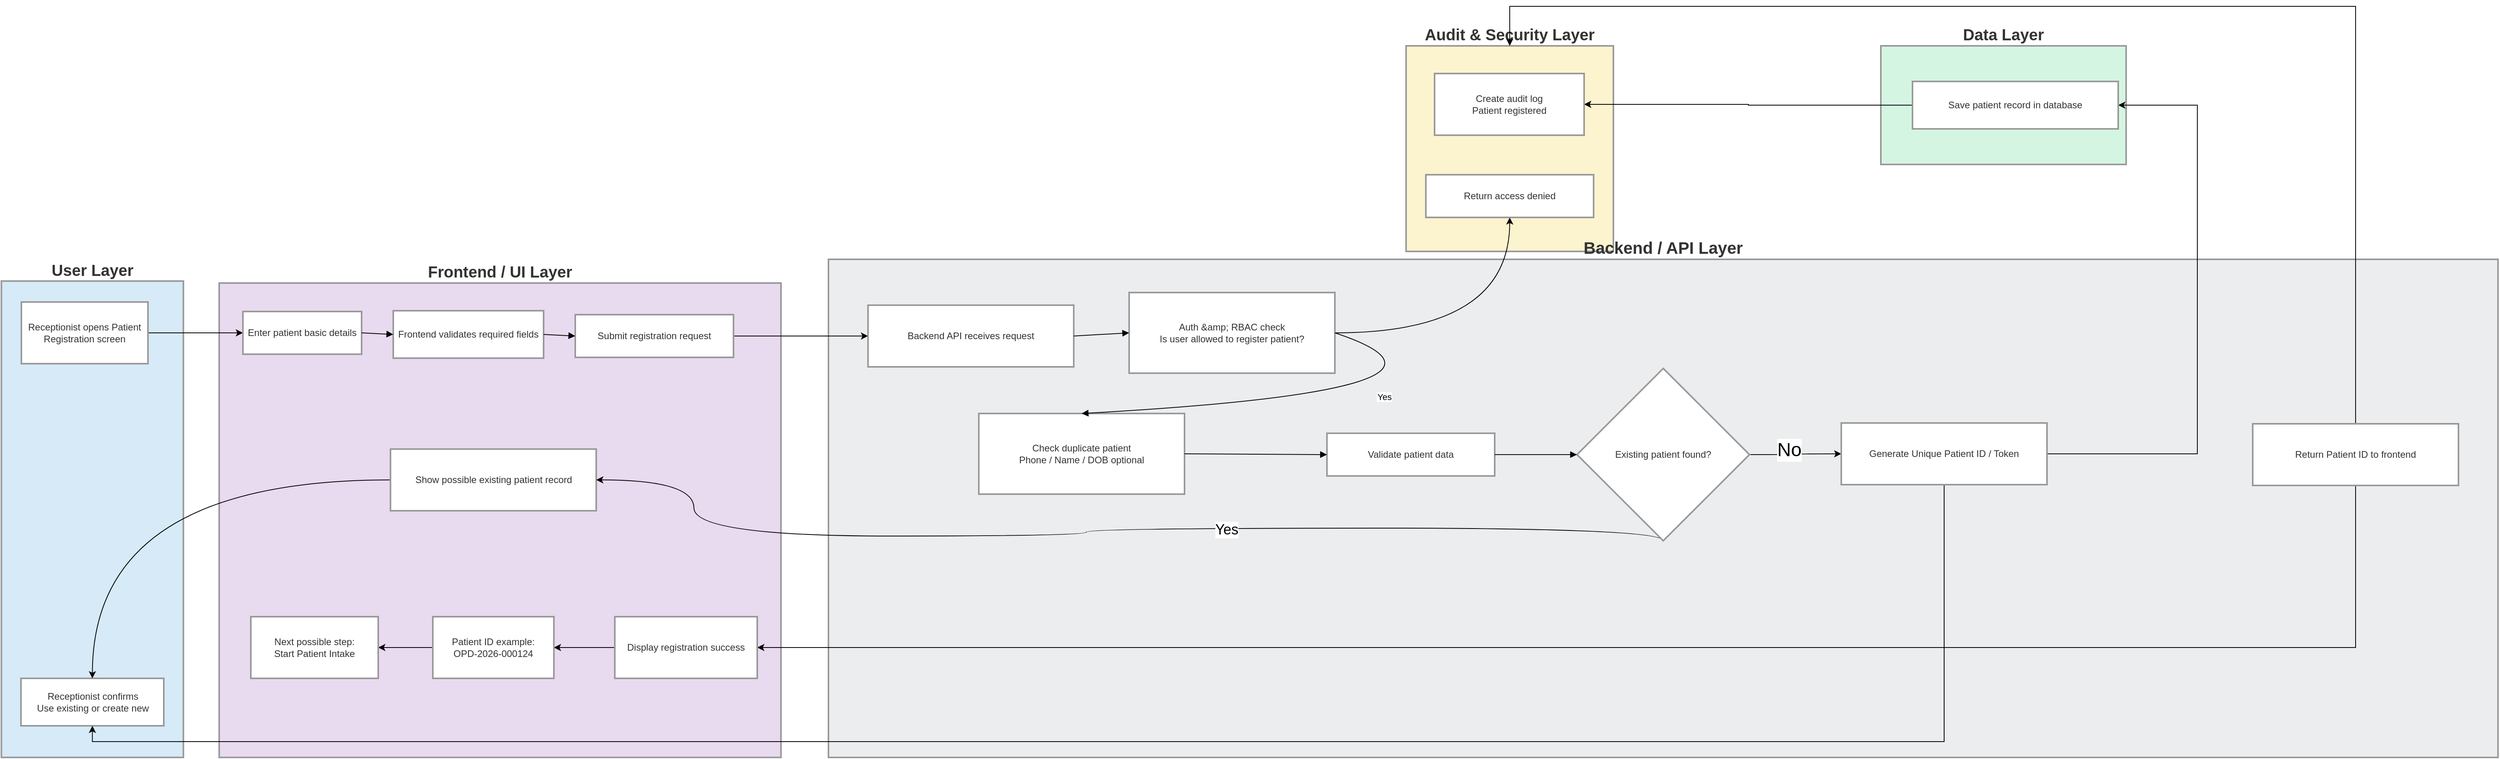
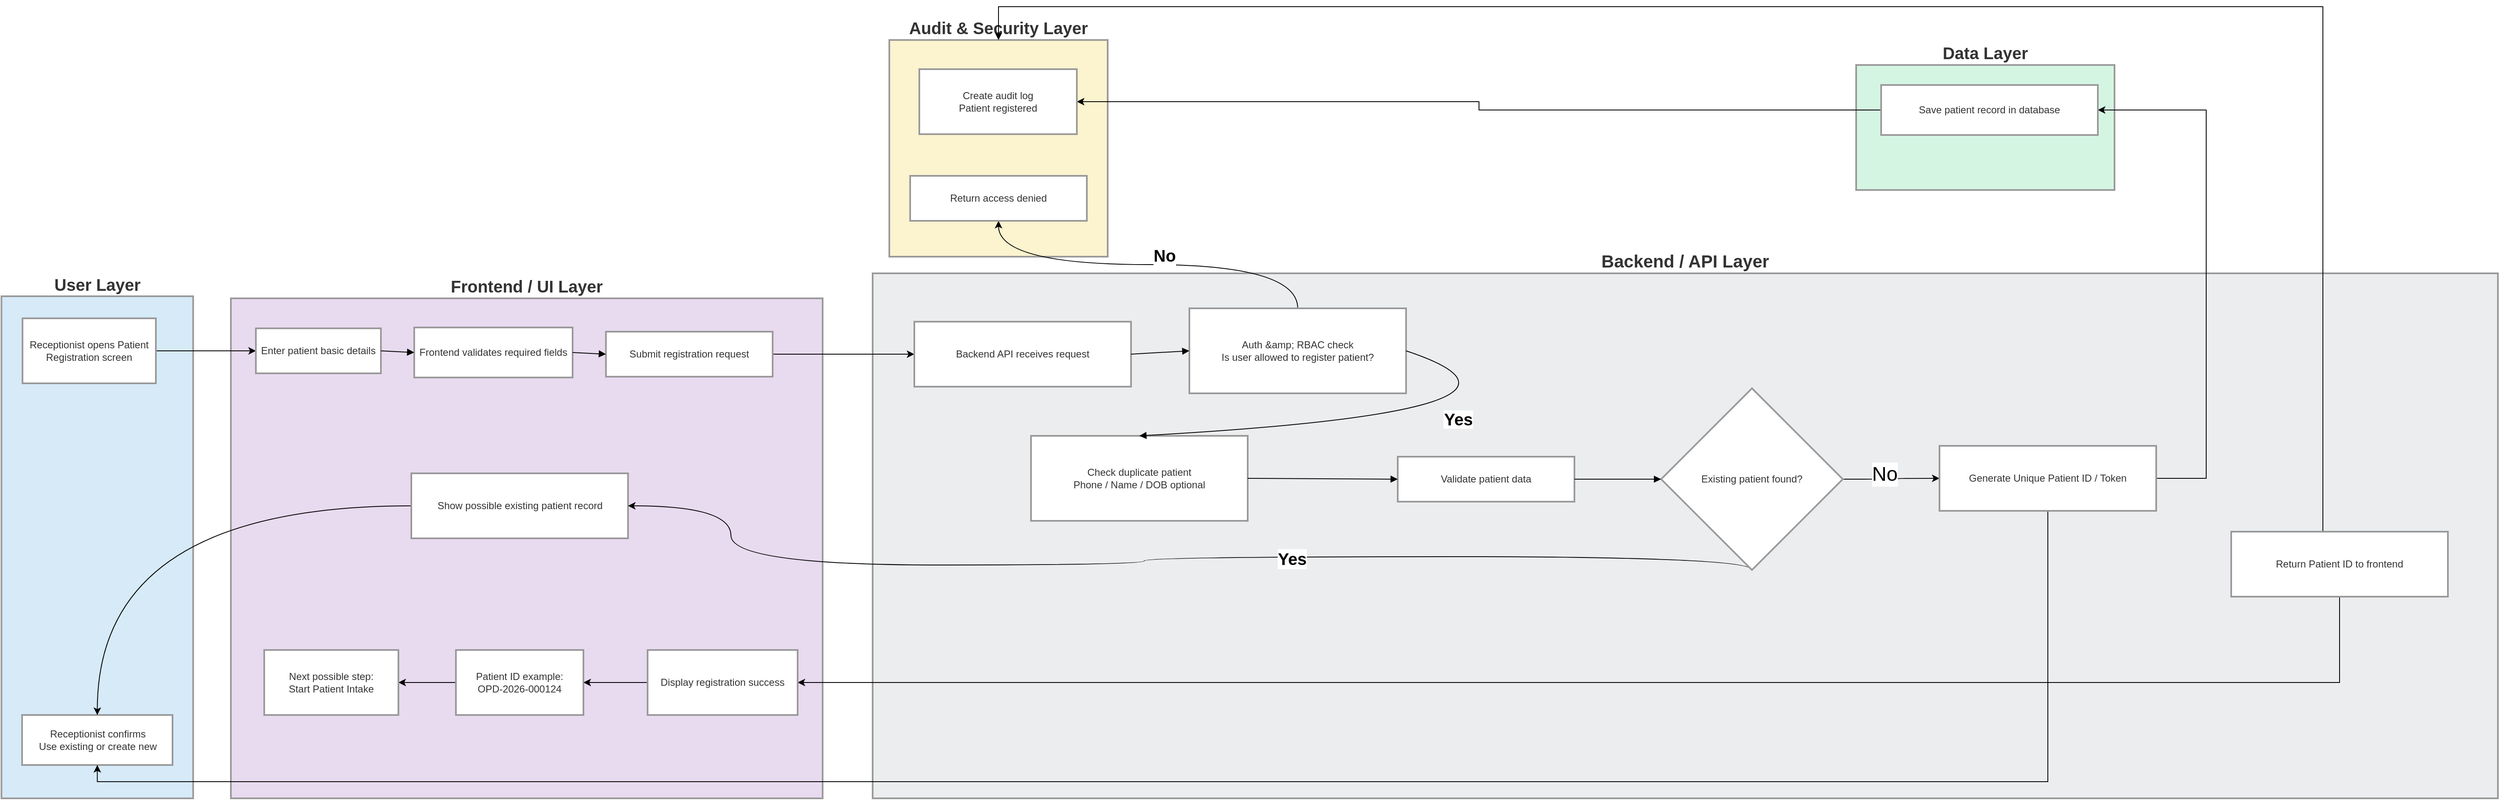
<mxfile host="app.diagrams.net">
  <diagram name="1. Patient Registration + Unique Patient ID" id="neoiUy-UIyP0PpsUg-ZB">
-     <mxGraphModel dx="3064" dy="1816" grid="1" gridSize="10" guides="1" tooltips="1" connect="1" arrows="1" fold="1" page="1" pageScale="1" pageWidth="850" pageHeight="1100" math="0" shadow="0">
+     <mxGraphModel dx="4020" dy="1816" grid="1" gridSize="10" guides="1" tooltips="1" connect="1" arrows="1" fold="1" page="1" pageScale="1" pageWidth="850" pageHeight="1100" math="0" shadow="0">
      <root>
        <mxCell id="0" />
        <mxCell id="1" parent="0" />
        <mxCell id="zyCkvp891rHUshAORKC4-1" parent="1" style="whiteSpace=wrap;strokeWidth=2;fillColor=light-dark(#FCF3CF,#1F2020);strokeColor=light-dark(#999999,#cccccc);fontColor=light-dark(#333333,#cccccc);fontSize=20;fontStyle=1;labelPosition=center;verticalLabelPosition=top;align=center;verticalAlign=bottom;" value="Audit &amp; Security Layer" vertex="1">
-           <mxGeometry height="260" width="262" x="1800" y="60" as="geometry" />
+           <mxGeometry height="260" width="262" x="1090" y="50" as="geometry" />
        </mxCell>
        <mxCell id="zyCkvp891rHUshAORKC4-2" parent="1" style="whiteSpace=wrap;strokeWidth=2;fillColor=light-dark(#D5F5E3,#1F2020);strokeColor=light-dark(#999999,#cccccc);fontColor=light-dark(#333333,#cccccc);fontSize=20;fontStyle=1;labelPosition=center;verticalLabelPosition=top;align=center;verticalAlign=bottom;" value="Data Layer" vertex="1">
-           <mxGeometry height="150" width="310" x="2400" y="60" as="geometry" />
+           <mxGeometry height="150" width="310" x="2250" y="80" as="geometry" />
        </mxCell>
        <mxCell id="zyCkvp891rHUshAORKC4-3" parent="1" style="whiteSpace=wrap;strokeWidth=2;fillColor=light-dark(#EBEDEF,#1F2020);strokeColor=light-dark(#999999,#cccccc);fontColor=light-dark(#333333,#cccccc);imageVerticalAlign=top;labelPosition=center;verticalLabelPosition=top;align=center;verticalAlign=bottom;fontStyle=1;fontSize=21;" value="Backend / API Layer" vertex="1">
-           <mxGeometry height="630" width="2110" x="1070" y="330" as="geometry" />
+           <mxGeometry height="630" width="1950" x="1070" y="330" as="geometry" />
        </mxCell>
        <mxCell id="zyCkvp891rHUshAORKC4-4" parent="1" style="whiteSpace=wrap;strokeWidth=2;fillColor=light-dark(#E8DAEF,#1F2020);strokeColor=light-dark(#999999,#cccccc);fontColor=light-dark(#333333,#cccccc);labelPosition=center;verticalLabelPosition=top;align=center;verticalAlign=bottom;fontSize=20;fontStyle=1" value="Frontend / UI Layer" vertex="1">
          <mxGeometry height="600" width="710" x="300" y="360" as="geometry" />
        </mxCell>
        <mxCell id="zyCkvp891rHUshAORKC4-5" parent="1" style="whiteSpace=wrap;strokeWidth=2;fillColor=light-dark(#D6EAF8,#1F2020);strokeColor=light-dark(#999999,#cccccc);fontColor=light-dark(#333333,#cccccc);fontSize=20;fontStyle=1;labelPosition=center;verticalLabelPosition=top;align=center;verticalAlign=bottom;" value="User Layer" vertex="1">
          <mxGeometry height="602.5" width="230" x="24.75" y="357.5" as="geometry" />
        </mxCell>
        <mxCell id="zyCkvp891rHUshAORKC4-46" edge="1" parent="1" source="zyCkvp891rHUshAORKC4-6" style="edgeStyle=orthogonalEdgeStyle;rounded=0;orthogonalLoop=1;jettySize=auto;html=1;exitX=1;exitY=0.5;exitDx=0;exitDy=0;" target="zyCkvp891rHUshAORKC4-8">
          <mxGeometry relative="1" as="geometry" />
        </mxCell>
        <mxCell id="zyCkvp891rHUshAORKC4-6" parent="1" style="whiteSpace=wrap;strokeWidth=2;fillColor=light-dark(#FFFFFF,#1F2020);strokeColor=light-dark(#999999,#cccccc);fontColor=light-dark(#333333,#cccccc);" value="Receptionist opens Patient Registration screen" vertex="1">
          <mxGeometry height="78" width="160" x="50" y="384" as="geometry" />
        </mxCell>
        <mxCell id="zyCkvp891rHUshAORKC4-7" parent="1" style="whiteSpace=wrap;strokeWidth=2;fillColor=light-dark(#FFFFFF,#1F2020);strokeColor=light-dark(#999999,#cccccc);fontColor=light-dark(#333333,#cccccc);" value="Receptionist confirms&#xa;Use existing or create new" vertex="1">
          <mxGeometry height="60" width="180.5" x="49.5" y="860" as="geometry" />
        </mxCell>
        <mxCell id="zyCkvp891rHUshAORKC4-8" parent="1" style="whiteSpace=wrap;strokeWidth=2;fillColor=light-dark(#FFFFFF,#1F2020);strokeColor=light-dark(#999999,#cccccc);fontColor=light-dark(#333333,#cccccc);" value="Enter patient basic details" vertex="1">
          <mxGeometry height="54" width="150" x="330" y="396" as="geometry" />
        </mxCell>
        <mxCell id="zyCkvp891rHUshAORKC4-9" parent="1" style="whiteSpace=wrap;strokeWidth=2;fillColor=light-dark(#FFFFFF,#1F2020);strokeColor=light-dark(#999999,#cccccc);fontColor=light-dark(#333333,#cccccc);" value="Frontend validates required fields" vertex="1">
          <mxGeometry height="60" width="190" x="520" y="395" as="geometry" />
        </mxCell>
        <mxCell id="zyCkvp891rHUshAORKC4-48" edge="1" parent="1" source="zyCkvp891rHUshAORKC4-10" style="edgeStyle=orthogonalEdgeStyle;rounded=0;orthogonalLoop=1;jettySize=auto;html=1;" target="zyCkvp891rHUshAORKC4-15">
          <mxGeometry relative="1" as="geometry" />
        </mxCell>
        <mxCell id="zyCkvp891rHUshAORKC4-10" parent="1" style="whiteSpace=wrap;strokeWidth=2;fillColor=light-dark(#FFFFFF,#1F2020);strokeColor=light-dark(#999999,#cccccc);fontColor=light-dark(#333333,#cccccc);" value="Submit registration request" vertex="1">
          <mxGeometry height="54" width="200" x="750" y="400" as="geometry" />
        </mxCell>
        <mxCell id="zyCkvp891rHUshAORKC4-49" edge="1" parent="1" source="zyCkvp891rHUshAORKC4-11" style="edgeStyle=orthogonalEdgeStyle;rounded=0;orthogonalLoop=1;jettySize=auto;html=1;entryX=0.5;entryY=0;entryDx=0;entryDy=0;curved=1;" target="zyCkvp891rHUshAORKC4-7">
          <mxGeometry relative="1" as="geometry" />
        </mxCell>
        <mxCell id="zyCkvp891rHUshAORKC4-11" parent="1" style="whiteSpace=wrap;strokeWidth=2;fillColor=light-dark(#FFFFFF,#1F2020);strokeColor=light-dark(#999999,#cccccc);fontColor=light-dark(#333333,#cccccc);" value="Show possible existing patient record" vertex="1">
          <mxGeometry height="78" width="260" x="516.5" y="570" as="geometry" />
        </mxCell>
        <mxCell id="zyCkvp891rHUshAORKC4-15" parent="1" style="whiteSpace=wrap;strokeWidth=2;fillColor=light-dark(#FFFFFF,#1F2020);strokeColor=light-dark(#999999,#cccccc);fontColor=light-dark(#333333,#cccccc);" value="Backend API receives request" vertex="1">
          <mxGeometry height="78" width="260" x="1120" y="388" as="geometry" />
        </mxCell>
-         <mxCell id="zyCkvp891rHUshAORKC4-53" edge="1" parent="1" source="zyCkvp891rHUshAORKC4-16" style="edgeStyle=orthogonalEdgeStyle;rounded=0;orthogonalLoop=1;jettySize=auto;html=1;entryX=0.5;entryY=1;entryDx=0;entryDy=0;curved=1;" target="zyCkvp891rHUshAORKC4-23">
-           <mxGeometry relative="1" as="geometry" />
+         <mxCell id="zyCkvp891rHUshAORKC4-53" edge="1" parent="1" source="zyCkvp891rHUshAORKC4-16" style="edgeStyle=orthogonalEdgeStyle;rounded=0;orthogonalLoop=1;jettySize=auto;html=1;entryX=0.5;entryY=1;entryDx=0;entryDy=0;curved=1;exitX=0.5;exitY=0;exitDx=0;exitDy=0;" target="zyCkvp891rHUshAORKC4-23">
+           <mxGeometry relative="1" as="geometry" />
+         </mxCell>
+         <mxCell id="zyCkvp891rHUshAORKC4-76" connectable="0" parent="zyCkvp891rHUshAORKC4-53" style="edgeLabel;html=1;align=center;verticalAlign=middle;resizable=0;points=[];" value="NO" vertex="1">
+           <mxGeometry relative="1" x="-0.0668" y="-4" as="geometry">
+             <mxPoint as="offset" />
+           </mxGeometry>
+         </mxCell>
+         <mxCell id="zyCkvp891rHUshAORKC4-77" connectable="0" parent="zyCkvp891rHUshAORKC4-53" style="edgeLabel;html=1;align=center;verticalAlign=middle;resizable=0;points=[];" value="&lt;font style=&quot;font-size: 20px;&quot;&gt;&lt;b&gt;No&lt;/b&gt;&lt;/font&gt;" vertex="1">
+           <mxGeometry relative="1" x="-0.0841" y="-12" as="geometry">
+             <mxPoint as="offset" />
+           </mxGeometry>
        </mxCell>
        <mxCell id="zyCkvp891rHUshAORKC4-16" parent="1" style="whiteSpace=wrap;strokeWidth=2;fillColor=light-dark(#FFFFFF,#1F2020);strokeColor=light-dark(#999999,#cccccc);fontColor=light-dark(#333333,#cccccc);" value="Auth &amp;amp; RBAC check&#xa;Is user allowed to register patient?" vertex="1">
          <mxGeometry height="102" width="260" x="1450" y="372" as="geometry" />
        </mxCell>
        <mxCell id="zyCkvp891rHUshAORKC4-17" parent="1" style="whiteSpace=wrap;strokeWidth=2;fillColor=light-dark(#FFFFFF,#1F2020);strokeColor=light-dark(#999999,#cccccc);fontColor=light-dark(#333333,#cccccc);" value="Check duplicate patient&#xa;Phone / Name / DOB optional" vertex="1">
          <mxGeometry height="102" width="260" x="1260" y="525" as="geometry" />
        </mxCell>
        <mxCell id="zyCkvp891rHUshAORKC4-18" parent="1" style="whiteSpace=wrap;strokeWidth=2;fillColor=light-dark(#FFFFFF,#1F2020);strokeColor=light-dark(#999999,#cccccc);fontColor=light-dark(#333333,#cccccc);" value="Validate patient data" vertex="1">
          <mxGeometry height="54" width="212" x="1700" y="550" as="geometry" />
        </mxCell>
        <mxCell id="zyCkvp891rHUshAORKC4-58" edge="1" parent="1" source="zyCkvp891rHUshAORKC4-19" style="edgeStyle=orthogonalEdgeStyle;rounded=0;orthogonalLoop=1;jettySize=auto;html=1;curved=1;exitX=0.5;exitY=1;exitDx=0;exitDy=0;" target="zyCkvp891rHUshAORKC4-11">
          <mxGeometry relative="1" as="geometry">
            <Array as="points">
              <mxPoint x="2125" y="670" />
              <mxPoint x="1396" y="670" />
              <mxPoint x="1396" y="680" />
              <mxPoint x="900" y="680" />
              <mxPoint x="900" y="609" />
            </Array>
          </mxGeometry>
        </mxCell>
-         <mxCell id="zyCkvp891rHUshAORKC4-59" connectable="0" parent="zyCkvp891rHUshAORKC4-58" style="edgeLabel;html=1;align=center;verticalAlign=middle;resizable=0;points=[];" value="&lt;font style=&quot;font-size: 18px;&quot;&gt;Yes&lt;/font&gt;" vertex="1">
+         <mxCell id="zyCkvp891rHUshAORKC4-59" connectable="0" parent="zyCkvp891rHUshAORKC4-58" style="edgeLabel;html=1;align=center;verticalAlign=middle;resizable=0;points=[];fontSize=20;fontStyle=1" value="&lt;font&gt;Yes&lt;/font&gt;" vertex="1">
          <mxGeometry relative="1" x="-0.2133" y="2" as="geometry">
            <mxPoint as="offset" />
          </mxGeometry>
        </mxCell>
        <mxCell id="zyCkvp891rHUshAORKC4-62" edge="1" parent="1" source="zyCkvp891rHUshAORKC4-19" style="edgeStyle=orthogonalEdgeStyle;rounded=0;orthogonalLoop=1;jettySize=auto;html=1;entryX=0;entryY=0.5;entryDx=0;entryDy=0;exitX=1;exitY=0.5;exitDx=0;exitDy=0;curved=1;" target="zyCkvp891rHUshAORKC4-20">
          <mxGeometry relative="1" as="geometry" />
        </mxCell>
        <mxCell id="zyCkvp891rHUshAORKC4-63" connectable="0" parent="zyCkvp891rHUshAORKC4-62" style="edgeLabel;html=1;align=center;verticalAlign=middle;resizable=0;points=[];" value="&lt;font style=&quot;font-size: 24px;&quot;&gt;No&lt;/font&gt;" vertex="1">
          <mxGeometry relative="1" x="-0.124" y="6" as="geometry">
            <mxPoint x="-1" as="offset" />
          </mxGeometry>
        </mxCell>
        <mxCell id="zyCkvp891rHUshAORKC4-19" parent="1" style="rhombus;strokeWidth=2;whiteSpace=wrap;fillColor=light-dark(#FFFFFF,#1F2020);strokeColor=light-dark(#999999,#cccccc);fontColor=light-dark(#333333,#cccccc);" value="Existing patient found?" vertex="1">
          <mxGeometry height="218" width="218" x="2016" y="468" as="geometry" />
        </mxCell>
        <mxCell id="zyCkvp891rHUshAORKC4-66" edge="1" parent="1" source="zyCkvp891rHUshAORKC4-20" style="edgeStyle=elbowEdgeStyle;rounded=0;orthogonalLoop=1;jettySize=auto;html=1;entryX=1;entryY=0.5;entryDx=0;entryDy=0;exitX=1;exitY=0.5;exitDx=0;exitDy=0;" target="zyCkvp891rHUshAORKC4-22">
          <mxGeometry relative="1" as="geometry">
            <Array as="points">
-               <mxPoint x="2800" y="410" />
+               <mxPoint x="2670" y="350" />
            </Array>
          </mxGeometry>
        </mxCell>
        <mxCell id="zyCkvp891rHUshAORKC4-68" edge="1" parent="1" source="zyCkvp891rHUshAORKC4-20" style="edgeStyle=elbowEdgeStyle;rounded=0;orthogonalLoop=1;jettySize=auto;html=1;entryX=0.5;entryY=1;entryDx=0;entryDy=0;elbow=vertical;" target="zyCkvp891rHUshAORKC4-7">
          <mxGeometry relative="1" as="geometry">
            <Array as="points">
              <mxPoint x="1300" y="940" />
            </Array>
          </mxGeometry>
        </mxCell>
        <mxCell id="zyCkvp891rHUshAORKC4-20" parent="1" style="whiteSpace=wrap;strokeWidth=2;fillColor=light-dark(#FFFFFF,#1F2020);strokeColor=light-dark(#999999,#cccccc);fontColor=light-dark(#333333,#cccccc);" value="Generate Unique Patient ID / Token" vertex="1">
          <mxGeometry height="78" width="260" x="2350" y="537" as="geometry" />
        </mxCell>
        <mxCell id="zyCkvp891rHUshAORKC4-69" edge="1" parent="1" source="zyCkvp891rHUshAORKC4-21" style="edgeStyle=elbowEdgeStyle;rounded=0;orthogonalLoop=1;jettySize=auto;html=1;entryX=1;entryY=0.5;entryDx=0;entryDy=0;elbow=vertical;" target="zyCkvp891rHUshAORKC4-12">
          <mxGeometry relative="1" as="geometry">
            <Array as="points">
              <mxPoint x="1990" y="821" />
            </Array>
          </mxGeometry>
        </mxCell>
        <mxCell id="zyCkvp891rHUshAORKC4-70" edge="1" parent="1" source="zyCkvp891rHUshAORKC4-21" style="edgeStyle=orthogonalEdgeStyle;rounded=0;orthogonalLoop=1;jettySize=auto;html=1;entryX=0.5;entryY=0;entryDx=0;entryDy=0;" target="zyCkvp891rHUshAORKC4-1">
          <mxGeometry relative="1" as="geometry">
            <Array as="points">
-               <mxPoint x="3000" y="10" />
+               <mxPoint x="2810" y="577" />
+               <mxPoint x="2810" y="10" />
              <mxPoint x="1931" y="10" />
            </Array>
          </mxGeometry>
        </mxCell>
        <mxCell id="zyCkvp891rHUshAORKC4-21" parent="1" style="whiteSpace=wrap;strokeWidth=2;fillColor=light-dark(#FFFFFF,#1F2020);strokeColor=light-dark(#999999,#cccccc);fontColor=light-dark(#333333,#cccccc);" value="Return Patient ID to frontend" vertex="1">
-           <mxGeometry height="78" width="260" x="2870" y="538" as="geometry" />
+           <mxGeometry height="78" width="260" x="2700" y="640" as="geometry" />
        </mxCell>
        <mxCell id="zyCkvp891rHUshAORKC4-54" edge="1" parent="1" source="zyCkvp891rHUshAORKC4-22" style="edgeStyle=orthogonalEdgeStyle;rounded=0;orthogonalLoop=1;jettySize=auto;html=1;exitX=0;exitY=0.5;exitDx=0;exitDy=0;entryX=1;entryY=0.5;entryDx=0;entryDy=0;" target="zyCkvp891rHUshAORKC4-24">
          <mxGeometry relative="1" as="geometry" />
        </mxCell>
        <mxCell id="zyCkvp891rHUshAORKC4-22" parent="1" style="whiteSpace=wrap;strokeWidth=2;fillColor=light-dark(#FFFFFF,#1F2020);strokeColor=light-dark(#999999,#cccccc);fontColor=light-dark(#333333,#cccccc);" value="Save patient record in database" vertex="1">
-           <mxGeometry height="60" width="260" x="2440" y="105" as="geometry" />
+           <mxGeometry height="60" width="260" x="2280" y="104" as="geometry" />
        </mxCell>
        <mxCell id="zyCkvp891rHUshAORKC4-23" parent="1" style="whiteSpace=wrap;strokeWidth=2;fillColor=light-dark(#FFFFFF,#1F2020);strokeColor=light-dark(#999999,#cccccc);fontColor=light-dark(#333333,#cccccc);" value="Return access denied" vertex="1">
-           <mxGeometry height="54" width="212" x="1825" y="223" as="geometry" />
+           <mxGeometry height="54" width="212" x="1115" y="213" as="geometry" />
        </mxCell>
        <mxCell id="zyCkvp891rHUshAORKC4-24" parent="1" style="whiteSpace=wrap;strokeWidth=2;fillColor=light-dark(#FFFFFF,#1F2020);strokeColor=light-dark(#999999,#cccccc);fontColor=light-dark(#333333,#cccccc);" value="Create audit log&#xa;Patient registered" vertex="1">
-           <mxGeometry height="78" width="189" x="1836" y="95" as="geometry" />
+           <mxGeometry height="78" width="189" x="1126" y="85" as="geometry" />
        </mxCell>
        <mxCell id="zyCkvp891rHUshAORKC4-26" edge="1" parent="1" source="zyCkvp891rHUshAORKC4-8" style="curved=1;startArrow=none;endArrow=block;exitX=1;exitY=0.5;entryX=0;entryY=0.5;rounded=0;" target="zyCkvp891rHUshAORKC4-9" value="">
          <mxGeometry relative="1" as="geometry">
            <Array as="points" />
          </mxGeometry>
        </mxCell>
        <mxCell id="zyCkvp891rHUshAORKC4-27" edge="1" parent="1" source="zyCkvp891rHUshAORKC4-9" style="curved=1;startArrow=none;endArrow=block;exitX=1;exitY=0.5;entryX=0;entryY=0.5;rounded=0;" target="zyCkvp891rHUshAORKC4-10" value="">
          <mxGeometry relative="1" as="geometry">
            <Array as="points" />
          </mxGeometry>
        </mxCell>
        <mxCell id="zyCkvp891rHUshAORKC4-29" edge="1" parent="1" source="zyCkvp891rHUshAORKC4-15" style="curved=1;startArrow=none;endArrow=block;exitX=1;exitY=0.5;entryX=0;entryY=0.5;rounded=0;" target="zyCkvp891rHUshAORKC4-16" value="">
          <mxGeometry relative="1" as="geometry">
            <Array as="points" />
          </mxGeometry>
        </mxCell>
        <UserObject label="Yes" id="zyCkvp891rHUshAORKC4-31">
-           <mxCell edge="1" parent="1" source="zyCkvp891rHUshAORKC4-16" style="curved=1;startArrow=none;endArrow=block;exitX=1;exitY=0.5;entryX=0.5;entryY=0;rounded=0;exitDx=0;exitDy=0;entryDx=0;entryDy=0;" target="zyCkvp891rHUshAORKC4-17">
+           <mxCell edge="1" parent="1" source="zyCkvp891rHUshAORKC4-16" style="curved=1;startArrow=none;endArrow=block;exitX=1;exitY=0.5;entryX=0.5;entryY=0;rounded=0;exitDx=0;exitDy=0;entryDx=0;entryDy=0;fontSize=20;fontStyle=1" target="zyCkvp891rHUshAORKC4-17">
            <mxGeometry relative="1" as="geometry">
              <Array as="points">
                <mxPoint x="1927" y="495" />
              </Array>
            </mxGeometry>
          </mxCell>
        </UserObject>
        <mxCell id="zyCkvp891rHUshAORKC4-32" edge="1" parent="1" source="zyCkvp891rHUshAORKC4-17" style="curved=1;startArrow=none;endArrow=block;exitX=1;exitY=0.5;entryX=0;entryY=0.5;rounded=0;" target="zyCkvp891rHUshAORKC4-18" value="">
          <mxGeometry relative="1" as="geometry">
            <Array as="points" />
          </mxGeometry>
        </mxCell>
        <mxCell id="zyCkvp891rHUshAORKC4-33" edge="1" parent="1" source="zyCkvp891rHUshAORKC4-18" style="curved=1;startArrow=none;endArrow=block;exitX=1;exitY=0.5;entryX=0;entryY=0.5;rounded=0;" target="zyCkvp891rHUshAORKC4-19" value="">
          <mxGeometry relative="1" as="geometry">
            <Array as="points" />
          </mxGeometry>
        </mxCell>
        <mxCell id="zyCkvp891rHUshAORKC4-51" edge="1" parent="1" source="zyCkvp891rHUshAORKC4-12" style="edgeStyle=orthogonalEdgeStyle;rounded=0;orthogonalLoop=1;jettySize=auto;html=1;entryX=1;entryY=0.5;entryDx=0;entryDy=0;" target="zyCkvp891rHUshAORKC4-13">
          <mxGeometry relative="1" as="geometry" />
        </mxCell>
        <mxCell id="zyCkvp891rHUshAORKC4-12" parent="1" style="whiteSpace=wrap;strokeWidth=2;fillColor=light-dark(#FFFFFF,#1F2020);strokeColor=light-dark(#999999,#cccccc);fontColor=light-dark(#333333,#cccccc);" value="Display registration success" vertex="1">
          <mxGeometry height="78" width="180" x="800" y="782" as="geometry" />
        </mxCell>
        <mxCell id="zyCkvp891rHUshAORKC4-50" edge="1" parent="1" source="zyCkvp891rHUshAORKC4-13" style="edgeStyle=orthogonalEdgeStyle;rounded=0;orthogonalLoop=1;jettySize=auto;html=1;entryX=1;entryY=0.5;entryDx=0;entryDy=0;" target="zyCkvp891rHUshAORKC4-14">
          <mxGeometry relative="1" as="geometry" />
        </mxCell>
        <mxCell id="zyCkvp891rHUshAORKC4-13" parent="1" style="whiteSpace=wrap;strokeWidth=2;fillColor=light-dark(#FFFFFF,#1F2020);strokeColor=light-dark(#999999,#cccccc);fontColor=light-dark(#333333,#cccccc);" value="Patient ID example:&#xa;OPD-2026-000124" vertex="1">
          <mxGeometry height="78" width="153" x="570" y="782" as="geometry" />
        </mxCell>
        <mxCell id="zyCkvp891rHUshAORKC4-14" parent="1" style="whiteSpace=wrap;strokeWidth=2;fillColor=light-dark(#FFFFFF,#1F2020);strokeColor=light-dark(#999999,#cccccc);fontColor=light-dark(#333333,#cccccc);" value="Next possible step:&#xa;Start Patient Intake" vertex="1">
          <mxGeometry height="78" width="161" x="340" y="782" as="geometry" />
        </mxCell>
      </root>
    </mxGraphModel>
  </diagram>
</mxfile>
